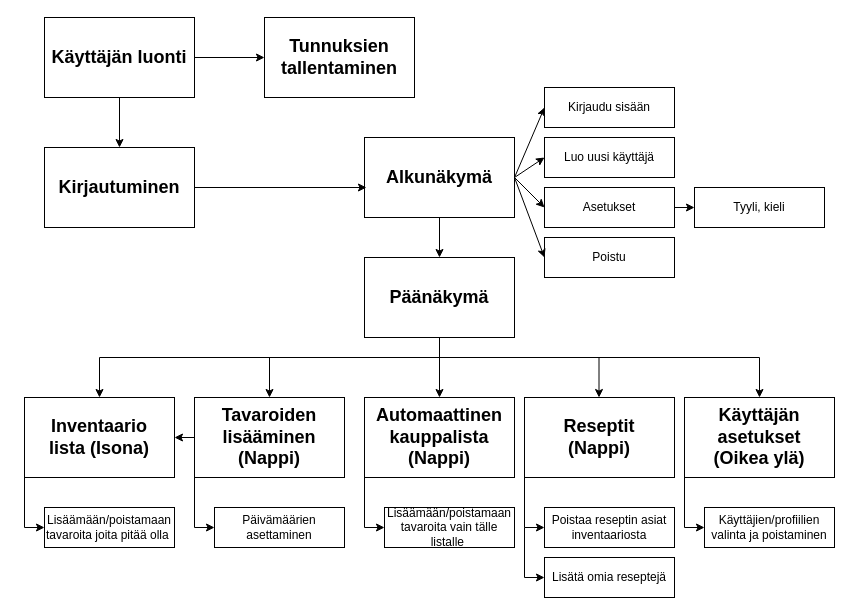
Before: Projekti.drawio in jimi22000/ProjektiCS, a draw.io diagram. Source tidied: cells renumbered, new cells numbered last; positions are measured from the earlier drawing's top-left corner, leaving out a move shared by most shapes. Both pictures are drawn from the tidied source at 100%, with x=0, y=0 at pixel (24, 17).
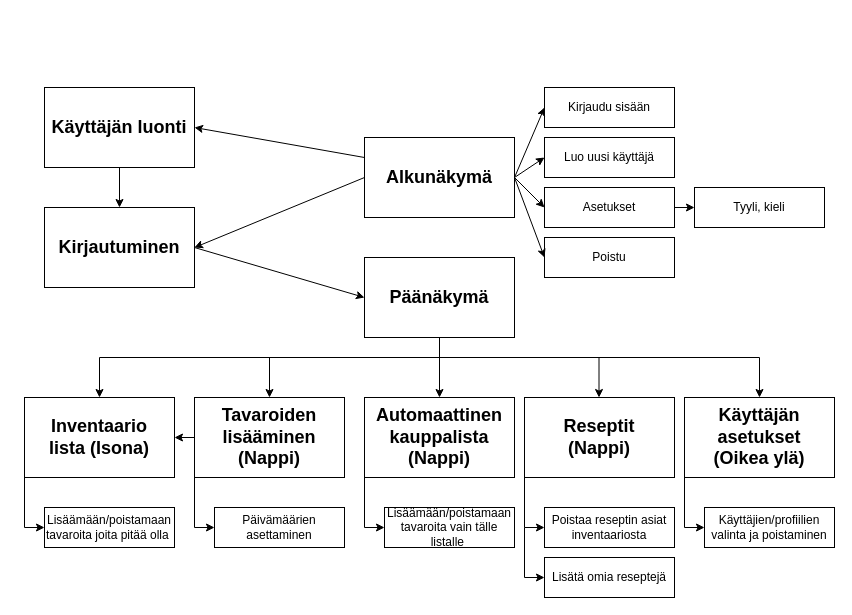
Above is the later version.

The change refers to these unchanged cells:
```xml
<mxCell id="7" value="&lt;span style=&quot;font-size: 18px;&quot;&gt;&lt;b&gt;Päänäkymä&lt;/b&gt;&lt;/span&gt;" style="rounded=0;whiteSpace=wrap;html=1;" parent="1" vertex="1">
  <mxGeometry x="340" y="240" width="150" height="80" as="geometry" />
</mxCell>
<mxCell id="32" value="&lt;span style=&quot;font-size: 18px;&quot;&gt;&lt;b&gt;Alkunäkymä&lt;/b&gt;&lt;/span&gt;" style="rounded=0;whiteSpace=wrap;html=1;" parent="1" vertex="1">
  <mxGeometry x="340" y="120" width="150" height="80" as="geometry" />
</mxCell>
```

Change to the diagram source:
```diff
@@
     <mxCell id="2" value="&lt;font style=&quot;font-size: 18px;&quot;&gt;&lt;b&gt;Kirjautuminen&lt;/b&gt;&lt;/font&gt;" style="rounded=0;whiteSpace=wrap;html=1;" parent="1" vertex="1">
-      <mxGeometry x="20" y="130" width="150" height="80" as="geometry" />
+      <mxGeometry x="20" y="190" width="150" height="80" as="geometry" />
     </mxCell>
     <mxCell id="3" value="&lt;font style=&quot;font-size: 18px;&quot;&gt;&lt;b&gt;Käyttäjän luonti&lt;/b&gt;&lt;/font&gt;" style="rounded=0;whiteSpace=wrap;html=1;" parent="1" vertex="1">
-      <mxGeometry x="20" width="150" height="80" as="geometry" />
+      <mxGeometry x="20" y="70" width="150" height="80" as="geometry" />
     </mxCell>
-    <mxCell id="4" style="endArrow=classic;html=1;rounded=0;fontSize=18;exitX=0.5;exitY=1;exitDx=0;exitDy=0;entryX=0.5;entryY=0;entryDx=0;entryDy=0;" parent="1" edge="1" source="3" target="2">
-      <mxGeometry relative="1" as="geometry" />
-    </mxCell>
-    <mxCell id="5" value="&lt;span style=&quot;font-size: 18px;&quot;&gt;&lt;b&gt;Tunnuksien tallentaminen&lt;/b&gt;&lt;/span&gt;" style="rounded=0;whiteSpace=wrap;html=1;" parent="1" vertex="1">
-      <mxGeometry x="240" width="150" height="80" as="geometry" />
-    </mxCell>
-    <mxCell id="6" style="endArrow=classic;html=1;rounded=0;fontSize=18;exitX=1;exitY=0.5;exitDx=0;exitDy=0;entryX=0;entryY=0.5;entryDx=0;entryDy=0;" parent="1" edge="1" source="3" target="5">
+    <mxCell id="6" style="endArrow=classic;html=1;rounded=0;fontSize=18;exitX=0;exitY=0.25;exitDx=0;exitDy=0;entryX=1;entryY=0.5;entryDx=0;entryDy=0;" parent="1" edge="1" source="32" target="3">
       <mxGeometry relative="1" as="geometry" />
     </mxCell>
@@
-    <mxCell id="8" style="endArrow=classic;html=1;rounded=0;fontSize=18;exitX=1;exitY=0.5;exitDx=0;exitDy=0;entryX=0.5;entryY=0;entryDx=0;entryDy=0;" parent="1" edge="1" source="2" target="7">
-      <mxGeometry relative="1" as="geometry">
-        <Array as="points">
-          <mxPoint x="415" y="170" />
-        </Array>
-      </mxGeometry>
-    </mxCell>
@@
-    <mxCell id="39" style="endArrow=classic;html=1;rounded=0;entryX=0.013;entryY=0.625;entryDx=0;entryDy=0;entryPerimeter=0;" parent="1" edge="1" target="32">
-      <mxGeometry relative="1" as="geometry">
-        <mxPoint x="260" y="170" as="sourcePoint" />
-      </mxGeometry>
+    <mxCell id="39" style="endArrow=classic;html=1;rounded=0;entryX=1;entryY=0.5;entryDx=0;entryDy=0;exitX=0;exitY=0.5;exitDx=0;exitDy=0;" parent="1" edge="1" source="32" target="2">
+      <mxGeometry relative="1" as="geometry" />
     </mxCell>
@@
+    <mxCell id="8" style="endArrow=classic;html=1;rounded=0;exitX=1;exitY=0.5;exitDx=0;exitDy=0;entryX=0;entryY=0.5;entryDx=0;entryDy=0;" parent="1" edge="1" source="2" target="7">
+      <mxGeometry relative="1" as="geometry" />
+    </mxCell>
+    <mxCell id="4" style="endArrow=classic;html=1;rounded=0;exitX=0.5;exitY=1;exitDx=0;exitDy=0;entryX=0.5;entryY=0;entryDx=0;entryDy=0;" parent="1" edge="1" source="3" target="2">
+      <mxGeometry relative="1" as="geometry" />
+    </mxCell>
```
